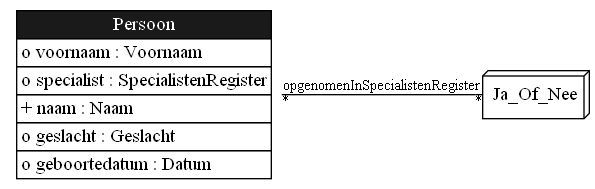
Earlier version of the Graphviz export docs/images/RelationsInPatternSpecialisme.png (gedelaar/BIG). Its source is kept beside it as docs/images/RelationsInPatternSpecialisme.gv.
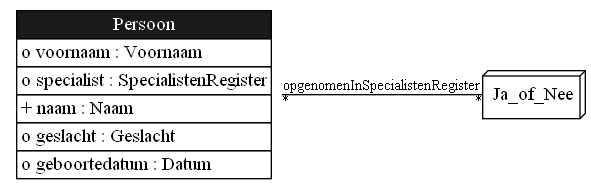
Later version of the same file.

What changed in the source:
```diff
@@ -9,9 +9,9 @@
 	Persoon	[color=purple,
 		label=<<TABLE BGCOLOR="white" COLOR="black" BORDER="0" CELLBORDER="1" CELLSPACING="0"><TR><TD BGCOLOR="gray10" COLOR="black"><FONT COLOR="white">Persoon</FONT></TD></TR><TR><TD ALIGN="LEFT" PORT="voornaam">o voornaam : Voornaam</TD></TR><TR><TD ALIGN="LEFT" PORT="specialist">o specialist : SpecialistenRegister</TD></TR><TR><TD ALIGN="LEFT" PORT="naam">+ naam : Naam</TD></TR><TR><TD ALIGN="LEFT" PORT="geslacht">o geslacht : Geslacht</TD></TR><TR><TD ALIGN="LEFT" PORT="geboortedatum">o geboortedatum : Datum</TD></TR></TABLE>>,
 		shape=plaintext];
-	Ja_Of_Nee	[label=Ja_Of_Nee,
+	Ja_of_Nee	[label=Ja_of_Nee,
 		shape=box3d];
-	Persoon:opgenomenInSpecialistenRegister -> Ja_Of_Nee	[arrowhead=onone,
+	Persoon:opgenomenInSpecialistenRegister -> Ja_of_Nee	[arrowhead=onone,
 		headlabel="*",
 		label=opgenomenInSpecialistenRegister,
 		labelfloat=true,
```
